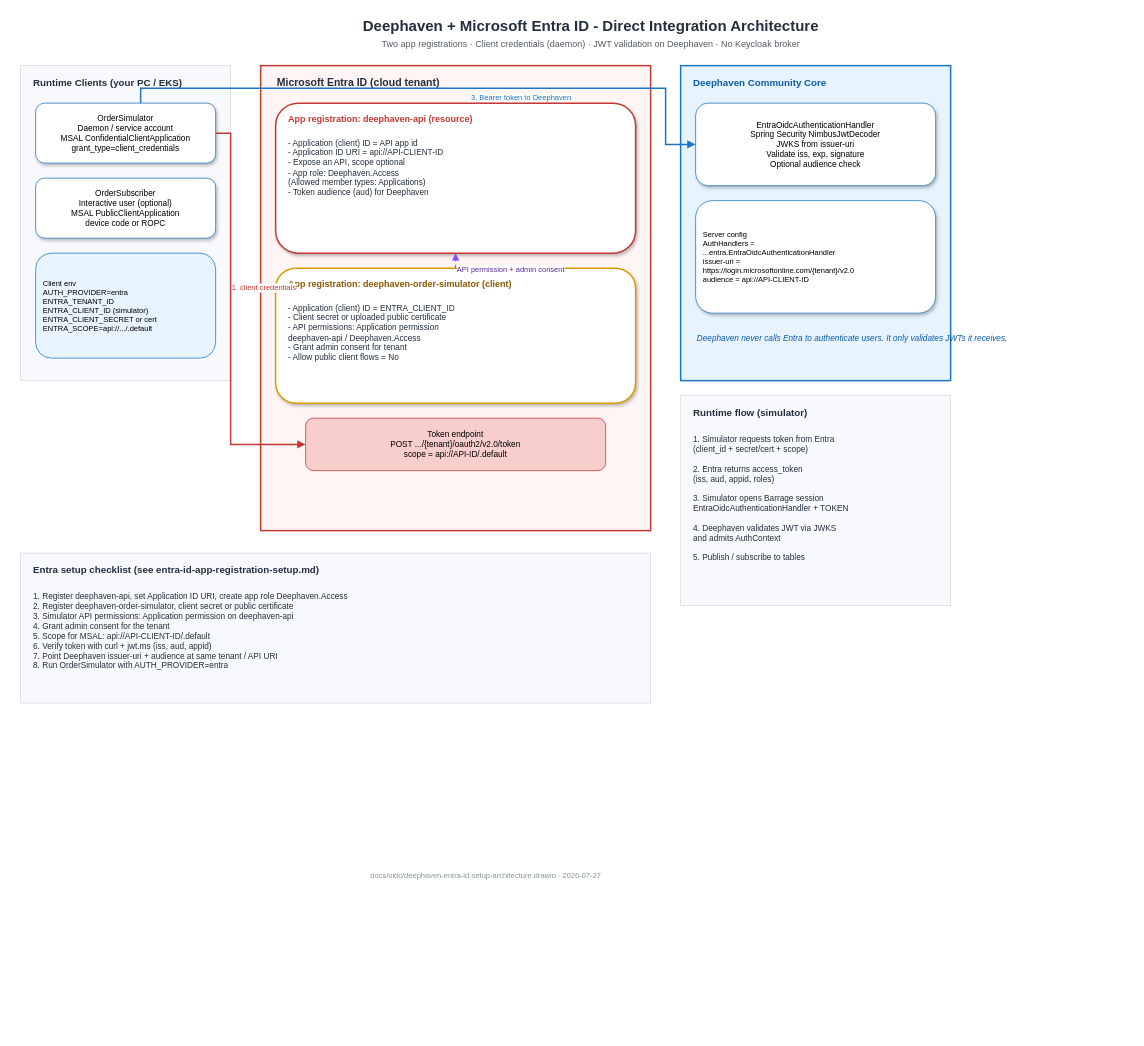
crazymatthsu/deephaven-oidc keeps this draw.io diagram as docs/oidc/deephaven-entra-id-setup-architecture.drawio. Above is the earlier version. Source tidied: cells renumbered, new cells numbered last; positions are measured from the earlier drawing's top-left corner, leaving out a move shared by most shapes. Both pictures are drawn from the tidied source at 75%, with x=0, y=0 at pixel (20, 13).
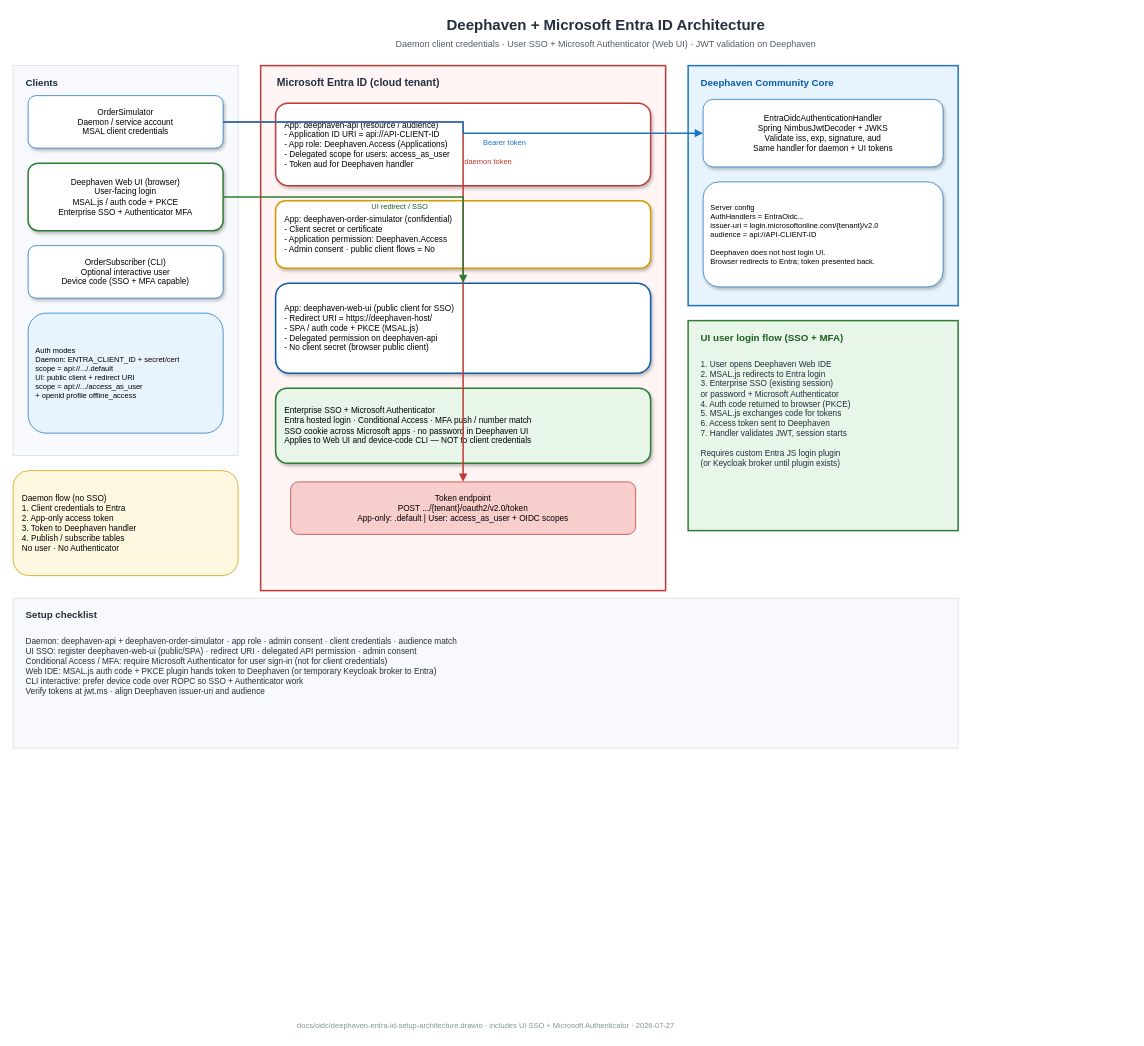
The same diagram, later.

Commit message:
docs: add UI SSO + Microsoft Authenticator flow to Entra architecture drawio

Change to the diagram source:
```diff
@@
-    <mxCell id="2" value="Deephaven + Microsoft Entra ID - Direct Integration Architecture" style="text;html=1;strokeColor=none;fillColor=none;align=center;verticalAlign=middle;fontSize=20;fontStyle=1;fontColor=#232F3E;fontFamily=Arial;" parent="1" vertex="1">
-      <mxGeometry x="110" width="1300" height="32" as="geometry" />
+    <mxCell id="2" value="Deephaven + Microsoft Entra ID Architecture" style="text;html=1;strokeColor=none;fillColor=none;align=center;verticalAlign=middle;fontSize=20;fontStyle=1;fontColor=#232F3E;fontFamily=Arial;" parent="1" vertex="1">
+      <mxGeometry x="80" width="1400" height="30" as="geometry" />
     </mxCell>
-    <mxCell id="3" value="Two app registrations · Client credentials (daemon) · JWT validation on Deephaven · No Keycloak broker" style="text;html=1;strokeColor=none;fillColor=none;align=center;verticalAlign=middle;fontSize=12;fontColor=#545B64;fontFamily=Arial;" parent="1" vertex="1">
-      <mxGeometry x="110" y="30" width="1300" height="24" as="geometry" />
+    <mxCell id="3" value="Daemon client credentials · User SSO + Microsoft Authenticator (Web UI) · JWT validation on Deephaven" style="text;html=1;strokeColor=none;fillColor=none;align=center;verticalAlign=middle;fontSize=12;fontColor=#545B64;fontFamily=Arial;" parent="1" vertex="1">
+      <mxGeometry x="80" y="30" width="1400" height="24" as="geometry" />
     </mxCell>
     <mxCell id="4" style="rounded=0;whiteSpace=wrap;html=1;fillColor=#F7F9FC;strokeColor=#D5DBDB;verticalAlign=top;" parent="1" vertex="1">
-      <mxGeometry y="70" width="280" height="420" as="geometry" />
+      <mxGeometry x="-10" y="70" width="300" height="520" as="geometry" />
     </mxCell>
-    <mxCell id="5" value="Runtime Clients (your PC / EKS)" style="text;html=1;strokeColor=none;fillColor=none;align=left;verticalAlign=middle;fontSize=13;fontStyle=1;fontColor=#232F3E;fontFamily=Arial;" parent="1" vertex="1">
-      <mxGeometry x="15" y="80" width="250" height="24" as="geometry" />
+    <mxCell id="5" value="Clients" style="text;html=1;strokeColor=none;fillColor=none;align=left;verticalAlign=middle;fontSize=13;fontStyle=1;fontColor=#232F3E;fontFamily=Arial;" parent="1" vertex="1">
+      <mxGeometry x="5" y="80" width="250" height="24" as="geometry" />
     </mxCell>
-    <mxCell id="6" value="OrderSimulator&#10;Daemon / service account&#10;MSAL ConfidentialClientApplication&#10;grant_type=client_credentials" style="rounded=1;whiteSpace=wrap;html=1;fillColor=#FFFFFF;strokeColor=#1B74C4;fontFamily=Arial;fontSize=11;align=center;verticalAlign=middle;fontStyle=0;shadow=1;" parent="1" vertex="1">
-      <mxGeometry x="20" y="120" width="240" height="80" as="geometry" />
+    <mxCell id="6" value="OrderSimulator&#10;Daemon / service account&#10;MSAL client credentials" style="rounded=1;whiteSpace=wrap;html=1;fillColor=#FFFFFF;strokeColor=#1B74C4;fontFamily=Arial;fontSize=11;align=center;verticalAlign=middle;shadow=1;" parent="1" vertex="1">
+      <mxGeometry x="10" y="110" width="260" height="70" as="geometry" />
     </mxCell>
+    <mxCell id="36" value="Deephaven Web UI (browser)&#10;User-facing login&#10;MSAL.js / auth code + PKCE&#10;Enterprise SSO + Authenticator MFA" style="rounded=1;whiteSpace=wrap;html=1;fillColor=#FFFFFF;strokeColor=#2E7D32;strokeWidth=2;fontFamily=Arial;fontSize=11;align=center;verticalAlign=middle;shadow=1;" parent="1" vertex="1">
+      <mxGeometry x="10" y="200" width="260" height="90" as="geometry" />
+    </mxCell>
-    <mxCell id="7" value="OrderSubscriber&#10;Interactive user (optional)&#10;MSAL PublicClientApplication&#10;device code or ROPC" style="rounded=1;whiteSpace=wrap;html=1;fillColor=#FFFFFF;strokeColor=#1B74C4;fontFamily=Arial;fontSize=11;align=center;verticalAlign=middle;shadow=1;" parent="1" vertex="1">
-      <mxGeometry x="20" y="220" width="240" height="80" as="geometry" />
+    <mxCell id="7" value="OrderSubscriber (CLI)&#10;Optional interactive user&#10;Device code (SSO + MFA capable)" style="rounded=1;whiteSpace=wrap;html=1;fillColor=#FFFFFF;strokeColor=#1B74C4;fontFamily=Arial;fontSize=11;align=center;verticalAlign=middle;shadow=1;" parent="1" vertex="1">
+      <mxGeometry x="10" y="310" width="260" height="70" as="geometry" />
     </mxCell>
-    <mxCell id="8" value="Client env&#10;AUTH_PROVIDER=entra&#10;ENTRA_TENANT_ID&#10;ENTRA_CLIENT_ID (simulator)&#10;ENTRA_CLIENT_SECRET or cert&#10;ENTRA_SCOPE=api://.../.default" style="rounded=1;whiteSpace=wrap;html=1;fillColor=#E8F4FD;strokeColor=#1B74C4;fontFamily=Arial;fontSize=10;align=left;spacingLeft=8;verticalAlign=middle;shadow=0;" parent="1" vertex="1">
-      <mxGeometry x="20" y="320" width="240" height="140" as="geometry" />
+    <mxCell id="8" value="Auth modes&#10;Daemon: ENTRA_CLIENT_ID + secret/cert&#10;  scope = api://.../.default&#10;UI: public client + redirect URI&#10;  scope = api://.../access_as_user&#10;  + openid profile offline_access" style="rounded=1;whiteSpace=wrap;html=1;fillColor=#E8F4FD;strokeColor=#1B74C4;fontFamily=Arial;fontSize=10;align=left;spacingLeft=8;verticalAlign=middle;" parent="1" vertex="1">
+      <mxGeometry x="10" y="400" width="260" height="160" as="geometry" />
     </mxCell>
     <mxCell id="9" style="rounded=0;whiteSpace=wrap;html=1;fillColor=#FFF5F5;strokeColor=#C23934;strokeWidth=2;verticalAlign=top;" parent="1" vertex="1">
-      <mxGeometry x="320" y="70" width="520" height="620" as="geometry" />
+      <mxGeometry x="320" y="70" width="540" height="700" as="geometry" />
     </mxCell>
@@
-    <mxCell id="11" style="rounded=1;whiteSpace=wrap;html=1;fillColor=#FFFFFF;strokeColor=#C23934;strokeWidth=2;verticalAlign=top;shadow=1;" parent="1" vertex="1">
-      <mxGeometry x="340" y="120" width="480" height="200" as="geometry" />
+    <mxCell id="11" value="App: deephaven-api (resource / audience)&#10;- Application ID URI = api://API-CLIENT-ID&#10;- App role: Deephaven.Access (Applications)&#10;- Delegated scope for users: access_as_user&#10;- Token aud for Deephaven handler" style="rounded=1;whiteSpace=wrap;html=1;fillColor=#FFFFFF;strokeColor=#C23934;strokeWidth=2;fontFamily=Arial;fontSize=11;align=left;spacingLeft=10;verticalAlign=middle;shadow=1;" parent="1" vertex="1">
+      <mxGeometry x="340" y="120" width="500" height="110" as="geometry" />
     </mxCell>
-    <mxCell id="12" value="App registration: deephaven-api (resource)" style="text;html=1;strokeColor=none;fillColor=none;align=left;verticalAlign=middle;fontSize=12;fontStyle=1;fontColor=#C23934;fontFamily=Arial;" parent="1" vertex="1">
-      <mxGeometry x="355" y="130" width="450" height="22" as="geometry" />
-    </mxCell>
-    <mxCell id="13" value="- Application (client) ID = API app id&#10;- Application ID URI = api://API-CLIENT-ID&#10;- Expose an API, scope optional&#10;- App role: Deephaven.Access&#10;  (Allowed member types: Applications)&#10;- Token audience (aud) for Deephaven" style="text;html=1;strokeColor=none;fillColor=none;align=left;verticalAlign=top;fontSize=11;fontColor=#232F3E;fontFamily=Arial;" parent="1" vertex="1">
-      <mxGeometry x="355" y="160" width="450" height="140" as="geometry" />
-    </mxCell>
-    <mxCell id="14" style="rounded=1;whiteSpace=wrap;html=1;fillColor=#FFFFFF;strokeColor=#D79B00;strokeWidth=2;verticalAlign=top;shadow=1;" parent="1" vertex="1">
-      <mxGeometry x="340" y="340" width="480" height="180" as="geometry" />
+    <mxCell id="14" value="App: deephaven-order-simulator (confidential)&#10;- Client secret or certificate&#10;- Application permission: Deephaven.Access&#10;- Admin consent · public client flows = No" style="rounded=1;whiteSpace=wrap;html=1;fillColor=#FFFFFF;strokeColor=#D79B00;strokeWidth=2;fontFamily=Arial;fontSize=11;align=left;spacingLeft=10;verticalAlign=middle;shadow=1;" parent="1" vertex="1">
+      <mxGeometry x="340" y="250" width="500" height="90" as="geometry" />
     </mxCell>
-    <mxCell id="15" value="App registration: deephaven-order-simulator (client)" style="text;html=1;strokeColor=none;fillColor=none;align=left;verticalAlign=middle;fontSize=12;fontStyle=1;fontColor=#8A5A00;fontFamily=Arial;" parent="1" vertex="1">
-      <mxGeometry x="355" y="350" width="450" height="22" as="geometry" />
-    </mxCell>
-    <mxCell id="16" value="- Application (client) ID = ENTRA_CLIENT_ID&#10;- Client secret or uploaded public certificate&#10;- API permissions: Application permission&#10;  deephaven-api / Deephaven.Access&#10;- Grant admin consent for tenant&#10;- Allow public client flows = No" style="text;html=1;strokeColor=none;fillColor=none;align=left;verticalAlign=top;fontSize=11;fontColor=#232F3E;fontFamily=Arial;" parent="1" vertex="1">
-      <mxGeometry x="355" y="380" width="450" height="120" as="geometry" />
-    </mxCell>
+    <mxCell id="37" value="App: deephaven-web-ui (public client for SSO)&#10;- Redirect URI = https://deephaven-host/&#10;- SPA / auth code + PKCE (MSAL.js)&#10;- Delegated permission on deephaven-api&#10;- No client secret (browser public client)" style="rounded=1;whiteSpace=wrap;html=1;fillColor=#FFFFFF;strokeColor=#0B5CAB;strokeWidth=2;fontFamily=Arial;fontSize=11;align=left;spacingLeft=10;verticalAlign=middle;shadow=1;" parent="1" vertex="1">
+      <mxGeometry x="340" y="360" width="500" height="120" as="geometry" />
+    </mxCell>
+    <mxCell id="38" value="Enterprise SSO + Microsoft Authenticator&#10;Entra hosted login · Conditional Access · MFA push / number match&#10;SSO cookie across Microsoft apps · no password in Deephaven UI&#10;Applies to Web UI and device-code CLI — NOT to client credentials" style="rounded=1;whiteSpace=wrap;html=1;fillColor=#E8F5E9;strokeColor=#2E7D32;strokeWidth=2;fontFamily=Arial;fontSize=11;align=left;spacingLeft=10;verticalAlign=middle;shadow=1;" parent="1" vertex="1">
+      <mxGeometry x="340" y="500" width="500" height="100" as="geometry" />
+    </mxCell>
-    <mxCell id="17" value="Token endpoint&#10;POST .../{tenant}/oauth2/v2.0/token&#10;scope = api://API-ID/.default" style="rounded=1;whiteSpace=wrap;html=1;fillColor=#F8CECC;strokeColor=#C23934;fontFamily=Arial;fontSize=11;align=center;verticalAlign=middle;" parent="1" vertex="1">
-      <mxGeometry x="380" y="540" width="400" height="70" as="geometry" />
+    <mxCell id="17" value="Token endpoint&#10;POST .../{tenant}/oauth2/v2.0/token&#10;App-only: .default  |  User: access_as_user + OIDC scopes" style="rounded=1;whiteSpace=wrap;html=1;fillColor=#F8CECC;strokeColor=#C23934;fontFamily=Arial;fontSize=11;align=center;verticalAlign=middle;" parent="1" vertex="1">
+      <mxGeometry x="360" y="625" width="460" height="70" as="geometry" />
     </mxCell>
     <mxCell id="18" style="rounded=0;whiteSpace=wrap;html=1;fillColor=#E8F4FD;strokeColor=#1B74C4;strokeWidth=2;verticalAlign=top;" parent="1" vertex="1">
-      <mxGeometry x="880" y="70" width="360" height="420" as="geometry" />
+      <mxGeometry x="890" y="70" width="360" height="320" as="geometry" />
     </mxCell>
     <mxCell id="19" value="Deephaven Community Core" style="text;html=1;strokeColor=none;fillColor=none;align=left;verticalAlign=middle;fontSize=13;fontStyle=1;fontColor=#0B5CAB;fontFamily=Arial;" parent="1" vertex="1">
-      <mxGeometry x="895" y="80" width="320" height="24" as="geometry" />
+      <mxGeometry x="905" y="80" width="320" height="24" as="geometry" />
     </mxCell>
-    <mxCell id="20" value="EntraOidcAuthenticationHandler&#10;Spring Security NimbusJwtDecoder&#10;JWKS from issuer-uri&#10;Validate iss, exp, signature&#10;Optional audience check" style="rounded=1;whiteSpace=wrap;html=1;fillColor=#FFFFFF;strokeColor=#1B74C4;fontFamily=Arial;fontSize=11;align=center;verticalAlign=middle;shadow=1;" parent="1" vertex="1">
-      <mxGeometry x="900" y="120" width="320" height="110" as="geometry" />
+    <mxCell id="20" value="EntraOidcAuthenticationHandler&#10;Spring NimbusJwtDecoder + JWKS&#10;Validate iss, exp, signature, aud&#10;Same handler for daemon + UI tokens" style="rounded=1;whiteSpace=wrap;html=1;fillColor=#FFFFFF;strokeColor=#1B74C4;fontFamily=Arial;fontSize=11;align=center;verticalAlign=middle;shadow=1;" parent="1" vertex="1">
+      <mxGeometry x="910" y="115" width="320" height="90" as="geometry" />
     </mxCell>
-    <mxCell id="21" value="Server config&#10;AuthHandlers =&#10;  ...entra.EntraOidcAuthenticationHandler&#10;issuer-uri =&#10;  https://login.microsoftonline.com/{tenant}/v2.0&#10;audience = api://API-CLIENT-ID" style="rounded=1;whiteSpace=wrap;html=1;fillColor=#FFFFFF;strokeColor=#1B74C4;fontFamily=Arial;fontSize=10;align=left;spacingLeft=8;verticalAlign=middle;shadow=1;" parent="1" vertex="1">
-      <mxGeometry x="900" y="250" width="320" height="150" as="geometry" />
+    <mxCell id="21" value="Server config&#10;AuthHandlers = EntraOidc...&#10;issuer-uri = login.microsoftonline.com/{tenant}/v2.0&#10;audience = api://API-CLIENT-ID&#10;&#10;Deephaven does not host login UI.&#10;Browser redirects to Entra; token presented back." style="rounded=1;whiteSpace=wrap;html=1;fillColor=#FFFFFF;strokeColor=#1B74C4;fontFamily=Arial;fontSize=10;align=left;spacingLeft=8;verticalAlign=middle;shadow=1;" parent="1" vertex="1">
+      <mxGeometry x="910" y="225" width="320" height="140" as="geometry" />
     </mxCell>
-    <mxCell id="22" value="Deephaven never calls Entra to authenticate users. It only validates JWTs it receives." style="text;html=1;strokeColor=none;fillColor=none;align=left;verticalAlign=top;fontSize=11;fontColor=#0B5CAB;fontFamily=Arial;fontStyle=2;" parent="1" vertex="1">
-      <mxGeometry x="900" y="420" width="320" height="50" as="geometry" />
-    </mxCell>
-    <mxCell id="23" style="rounded=0;whiteSpace=wrap;html=1;fillColor=#F7F9FC;strokeColor=#D5DBDB;verticalAlign=top;" parent="1" vertex="1">
-      <mxGeometry x="880" y="510" width="360" height="280" as="geometry" />
-    </mxCell>
-    <mxCell id="24" value="Runtime flow (simulator)" style="text;html=1;strokeColor=none;fillColor=none;align=left;verticalAlign=middle;fontSize=13;fontStyle=1;fontColor=#232F3E;fontFamily=Arial;" parent="1" vertex="1">
-      <mxGeometry x="895" y="520" width="320" height="24" as="geometry" />
-    </mxCell>
-    <mxCell id="25" value="1. Simulator requests token from Entra&#10;   (client_id + secret/cert + scope)&#10;&#10;2. Entra returns access_token&#10;   (iss, aud, appid, roles)&#10;&#10;3. Simulator opens Barrage session&#10;   EntraOidcAuthenticationHandler + TOKEN&#10;&#10;4. Deephaven validates JWT via JWKS&#10;   and admits AuthContext&#10;&#10;5. Publish / subscribe to tables" style="text;html=1;strokeColor=none;fillColor=none;align=left;verticalAlign=top;fontSize=11;fontColor=#232F3E;fontFamily=Arial;" parent="1" vertex="1">
-      <mxGeometry x="895" y="555" width="330" height="220" as="geometry" />
-    </mxCell>
+    <mxCell id="39" style="rounded=0;whiteSpace=wrap;html=1;fillColor=#E8F5E9;strokeColor=#2E7D32;strokeWidth=2;verticalAlign=top;" parent="1" vertex="1">
+      <mxGeometry x="890" y="410" width="360" height="280" as="geometry" />
+    </mxCell>
+    <mxCell id="40" value="UI user login flow (SSO + MFA)" style="text;html=1;strokeColor=none;fillColor=none;align=left;verticalAlign=middle;fontSize=13;fontStyle=1;fontColor=#1B5E20;fontFamily=Arial;" parent="1" vertex="1">
+      <mxGeometry x="905" y="420" width="320" height="24" as="geometry" />
+    </mxCell>
+    <mxCell id="41" value="1. User opens Deephaven Web IDE&#10;2. MSAL.js redirects to Entra login&#10;3. Enterprise SSO (existing session)&#10;   or password + Microsoft Authenticator&#10;4. Auth code returned to browser (PKCE)&#10;5. MSAL.js exchanges code for tokens&#10;6. Access token sent to Deephaven&#10;7. Handler validates JWT, session starts&#10;&#10;Requires custom Entra JS login plugin&#10;(or Keycloak broker until plugin exists)" style="text;html=1;strokeColor=none;fillColor=none;align=left;verticalAlign=top;fontSize=11;fontColor=#232F3E;fontFamily=Arial;" parent="1" vertex="1">
+      <mxGeometry x="905" y="455" width="330" height="220" as="geometry" />
+    </mxCell>
+    <mxCell id="42" value="Daemon flow (no SSO)&#10;1. Client credentials to Entra&#10;2. App-only access token&#10;3. Token to Deephaven handler&#10;4. Publish / subscribe tables&#10;No user · No Authenticator" style="rounded=1;whiteSpace=wrap;html=1;fillColor=#FFF8E1;strokeColor=#D79B00;fontFamily=Arial;fontSize=11;align=left;spacingLeft=10;verticalAlign=middle;" parent="1" vertex="1">
+      <mxGeometry x="-10" y="610" width="300" height="140" as="geometry" />
+    </mxCell>
     <mxCell id="26" style="rounded=0;whiteSpace=wrap;html=1;fillColor=#F7F9FC;strokeColor=#D5DBDB;verticalAlign=top;" parent="1" vertex="1">
-      <mxGeometry y="720" width="840" height="200" as="geometry" />
+      <mxGeometry x="-10" y="780" width="1260" height="200" as="geometry" />
     </mxCell>
-    <mxCell id="27" value="Entra setup checklist (see entra-id-app-registration-setup.md)" style="text;html=1;strokeColor=none;fillColor=none;align=left;verticalAlign=middle;fontSize=13;fontStyle=1;fontColor=#232F3E;fontFamily=Arial;" parent="1" vertex="1">
-      <mxGeometry x="15" y="730" width="600" height="24" as="geometry" />
+    <mxCell id="27" value="Setup checklist" style="text;html=1;strokeColor=none;fillColor=none;align=left;verticalAlign=middle;fontSize=13;fontStyle=1;fontColor=#232F3E;fontFamily=Arial;" parent="1" vertex="1">
+      <mxGeometry x="5" y="790" width="400" height="24" as="geometry" />
     </mxCell>
-    <mxCell id="28" value="1. Register deephaven-api, set Application ID URI, create app role Deephaven.Access&#10;2. Register deephaven-order-simulator, client secret or public certificate&#10;3. Simulator API permissions: Application permission on deephaven-api&#10;4. Grant admin consent for the tenant&#10;5. Scope for MSAL: api://API-CLIENT-ID/.default&#10;6. Verify token with curl + jwt.ms (iss, aud, appid)&#10;7. Point Deephaven issuer-uri + audience at same tenant / API URI&#10;8. Run OrderSimulator with AUTH_PROVIDER=entra" style="text;html=1;strokeColor=none;fillColor=none;align=left;verticalAlign=top;fontSize=11;fontColor=#232F3E;fontFamily=Arial;" parent="1" vertex="1">
-      <mxGeometry x="15" y="765" width="800" height="140" as="geometry" />
+    <mxCell id="28" value="Daemon: deephaven-api + deephaven-order-simulator · app role · admin consent · client credentials · audience match&#10;UI SSO: register deephaven-web-ui (public/SPA) · redirect URI · delegated API permission · admin consent&#10;Conditional Access / MFA: require Microsoft Authenticator for user sign-in (not for client credentials)&#10;Web IDE: MSAL.js auth code + PKCE plugin hands token to Deephaven (or temporary Keycloak broker to Entra)&#10;CLI interactive: prefer device code over ROPC so SSO + Authenticator work&#10;Verify tokens at jwt.ms · align Deephaven issuer-uri and audience" style="text;html=1;strokeColor=none;fillColor=none;align=left;verticalAlign=top;fontSize=11;fontColor=#232F3E;fontFamily=Arial;" parent="1" vertex="1">
+      <mxGeometry x="5" y="825" width="1220" height="140" as="geometry" />
     </mxCell>
     <mxCell id="29" style="edgeStyle=orthogonalEdgeStyle;rounded=0;html=1;strokeWidth=2;strokeColor=#C23934;endArrow=block;endFill=1;" parent="1" edge="1" source="6" target="17">
-      <mxGeometry relative="1" as="geometry">
-        <Array as="points">
-          <mxPoint x="280" y="160" />
-          <mxPoint x="280" y="575" />
-        </Array>
-      </mxGeometry>
+      <mxGeometry relative="1" as="geometry" />
     </mxCell>
-    <mxCell id="30" value="1. client credentials" style="edgeLabel;html=1;fontSize=10;fontColor=#C23934;" parent="29" vertex="1">
-      <mxGeometry x="-0.2" relative="1" as="geometry" />
+    <mxCell id="30" value="daemon token" style="edgeLabel;html=1;fontSize=10;fontColor=#C23934;" parent="29" vertex="1">
+      <mxGeometry x="-0.1" relative="1" as="geometry" />
     </mxCell>
+    <mxCell id="43" style="edgeStyle=orthogonalEdgeStyle;rounded=0;html=1;strokeWidth=2;strokeColor=#2E7D32;endArrow=block;endFill=1;" parent="1" edge="1" source="36" target="37">
+      <mxGeometry relative="1" as="geometry" />
+    </mxCell>
+    <mxCell id="44" value="UI redirect / SSO" style="edgeLabel;html=1;fontSize=10;fontColor=#1B5E20;" parent="43" vertex="1">
+      <mxGeometry x="-0.1" relative="1" as="geometry" />
+    </mxCell>
     <mxCell id="31" style="edgeStyle=orthogonalEdgeStyle;rounded=0;html=1;strokeWidth=2;strokeColor=#1B74C4;endArrow=block;endFill=1;" parent="1" edge="1" source="6" target="20">
-      <mxGeometry relative="1" as="geometry">
-        <Array as="points">
-          <mxPoint x="160" y="100" />
-          <mxPoint x="860" y="100" />
-          <mxPoint x="860" y="175" />
-        </Array>
-      </mxGeometry>
+      <mxGeometry relative="1" as="geometry" />
     </mxCell>
-    <mxCell id="32" value="3. Bearer token to Deephaven" style="edgeLabel;html=1;fontSize=10;fontColor=#1B74C4;" parent="31" vertex="1">
+    <mxCell id="32" value="Bearer token" style="edgeLabel;html=1;fontSize=10;fontColor=#1B74C4;" parent="31" vertex="1">
       <mxGeometry x="0.1" relative="1" as="geometry" />
     </mxCell>
-    <mxCell id="33" style="edgeStyle=orthogonalEdgeStyle;rounded=0;html=1;strokeWidth=1.5;strokeColor=#8C4FFF;endArrow=block;endFill=1;dashed=1;" parent="1" edge="1" source="14" target="11">
-      <mxGeometry relative="1" as="geometry" />
-    </mxCell>
-    <mxCell id="34" value="API permission + admin consent" style="edgeLabel;html=1;fontSize=10;fontColor=#5A2D9C;" parent="33" vertex="1">
-      <mxGeometry x="0.1" relative="1" as="geometry" />
-    </mxCell>
-    <mxCell id="35" value="docs/oidc/deephaven-entra-id-setup-architecture.drawio · 2026-07-27" style="text;html=1;strokeColor=none;fillColor=none;align=center;verticalAlign=middle;fontSize=10;fontColor=#879596;fontFamily=Arial;" parent="1" vertex="1">
-      <mxGeometry y="1140" width="1240" height="20" as="geometry" />
+    <mxCell id="35" value="docs/oidc/deephaven-entra-id-setup-architecture.drawio · includes UI SSO + Microsoft Authenticator · 2026-07-27" style="text;html=1;strokeColor=none;fillColor=none;align=center;verticalAlign=middle;fontSize=10;fontColor=#879596;fontFamily=Arial;" parent="1" vertex="1">
+      <mxGeometry x="-10" y="1340" width="1260" height="20" as="geometry" />
     </mxCell>
```
